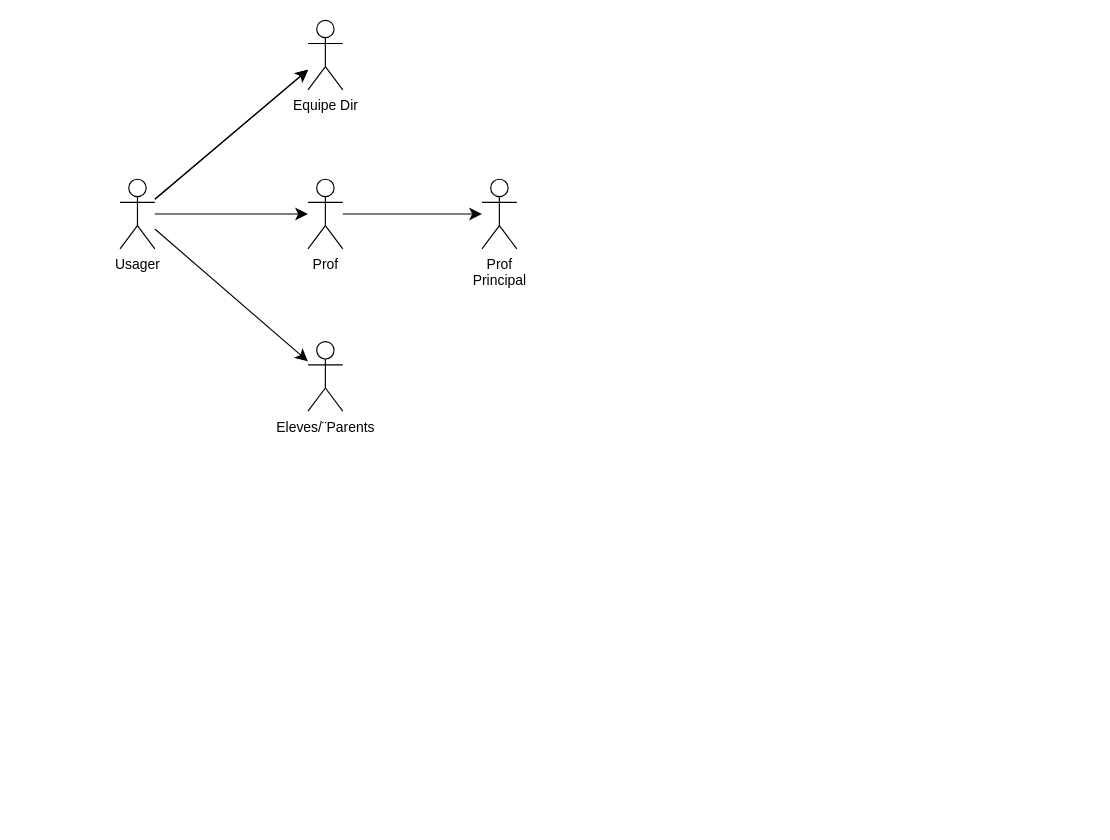
Earlier version of the draw.io diagram Les Sardines/Diagramme sans nom.drawio (NLetenneur/UML-Introduction). Source tidied: cells renumbered, new cells numbered last; positions are measured from the earlier drawing's top-left corner, leaving out a move shared by most shapes. Both pictures are drawn from the tidied source at 116%, with x=0, y=0 at pixel (119, 20).
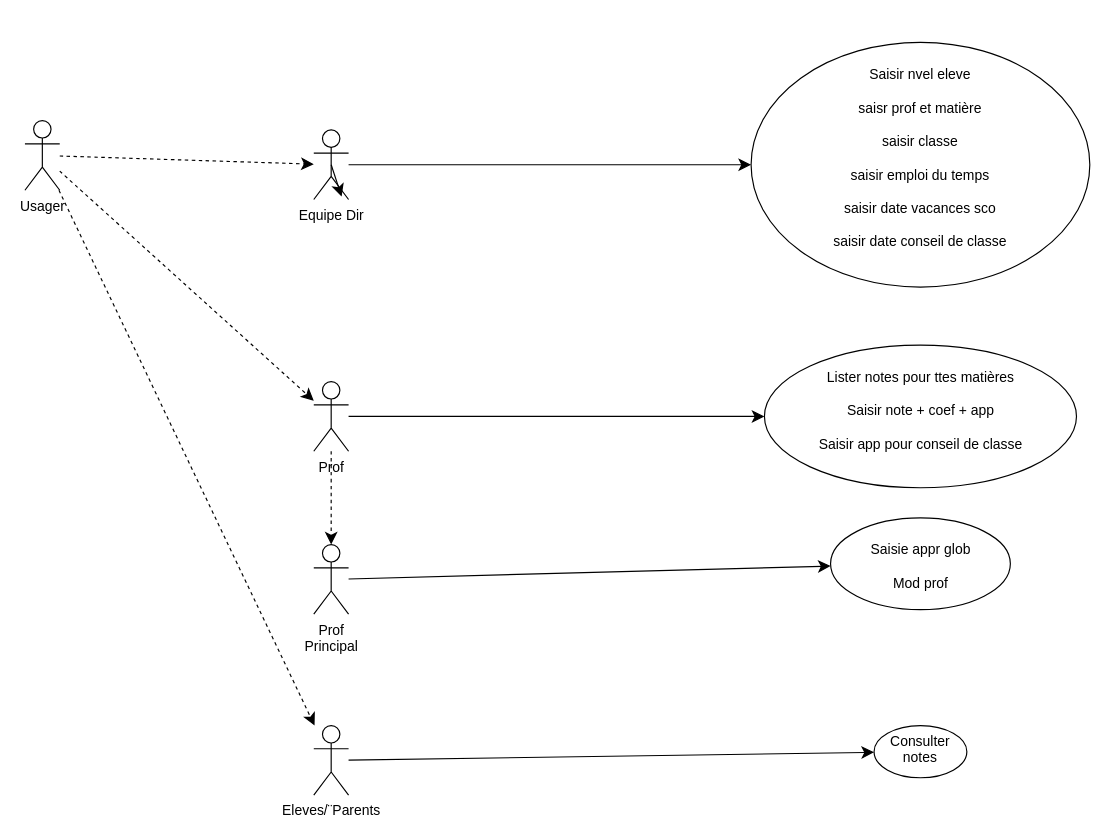
The same page after the edit.

Change to the diagram source:
```diff
@@
 <mxGraphModel>
   <root>
     <mxCell id="0" />
     <mxCell id="1" parent="0" />
-    <mxCell id="2" style="edgeStyle=none;curved=1;rounded=0;jettySize=auto;html=1;fontSize=12;" parent="1" edge="1" source="6" target="7">
-      <mxGeometry relative="1" as="geometry" />
-    </mxCell>
-    <mxCell id="3" style="edgeStyle=none;curved=1;rounded=0;jettySize=auto;html=1;fontSize=12;startSize=8;endSize=8;" parent="1" edge="1" source="6" target="7">
-      <mxGeometry relative="1" as="geometry" />
-    </mxCell>
-    <mxCell id="4" style="edgeStyle=none;curved=1;rounded=0;jettySize=auto;html=1;fontSize=12;startSize=8;endSize=8;" parent="1" edge="1" source="6" target="9">
+    <mxCell id="4" style="edgeStyle=none;curved=1;rounded=0;jettySize=auto;html=1;fontSize=12;startSize=8;endSize=8;dashed=1;" parent="1" edge="1" source="6" target="9">
       <mxGeometry relative="1" as="geometry" />
     </mxCell>
-    <mxCell id="5" style="edgeStyle=none;curved=1;rounded=0;jettySize=auto;html=1;fontSize=12;startSize=8;endSize=8;" parent="1" edge="1" source="6" target="10">
+    <mxCell id="5" style="edgeStyle=none;curved=1;rounded=0;jettySize=auto;html=1;fontSize=12;startSize=8;endSize=8;dashed=1;" parent="1" edge="1" source="6" target="10">
       <mxGeometry relative="1" as="geometry" />
     </mxCell>
+    <mxCell id="12" style="edgeStyle=none;curved=1;rounded=0;jettySize=auto;html=1;fontSize=12;startSize=8;endSize=8;dashed=1;" parent="1" edge="1" source="6" target="7">
+      <mxGeometry relative="1" as="geometry" />
+    </mxCell>
     <mxCell id="6" value="&lt;div&gt;Usager&lt;/div&gt;" style="shape=umlActor;verticalLabelPosition=bottom;verticalAlign=top;html=1;" parent="1" vertex="1">
-      <mxGeometry y="137" width="30" height="60" as="geometry" />
+      <mxGeometry x="-82" y="86.5" width="30" height="60" as="geometry" />
     </mxCell>
+    <mxCell id="13" style="edgeStyle=none;curved=1;rounded=0;jettySize=auto;html=1;fontSize=12;startSize=8;endSize=8;" parent="1" edge="1" source="7" target="20">
+      <mxGeometry relative="1" as="geometry" />
+    </mxCell>
     <mxCell id="7" value="Equipe Dir" style="shape=umlActor;verticalLabelPosition=bottom;verticalAlign=top;html=1;" parent="1" vertex="1">
-      <mxGeometry x="162" width="30" height="60" as="geometry" />
+      <mxGeometry x="167" y="94.5" width="30" height="60" as="geometry" />
     </mxCell>
-    <mxCell id="8" style="edgeStyle=none;curved=1;rounded=0;jettySize=auto;html=1;fontSize=12;startSize=8;endSize=8;" parent="1" edge="1" source="9" target="11">
+    <mxCell id="8" style="edgeStyle=none;curved=1;rounded=0;jettySize=auto;html=1;fontSize=12;startSize=8;endSize=8;dashed=1;" parent="1" edge="1" source="9" target="11">
       <mxGeometry relative="1" as="geometry" />
     </mxCell>
+    <mxCell id="14" style="edgeStyle=none;curved=1;rounded=0;jettySize=auto;html=1;fontSize=12;startSize=8;endSize=8;" parent="1" edge="1" source="9" target="19">
+      <mxGeometry relative="1" as="geometry" />
+    </mxCell>
     <mxCell id="9" value="&lt;div&gt;Prof&lt;/div&gt;" style="shape=umlActor;verticalLabelPosition=bottom;verticalAlign=top;html=1;" parent="1" vertex="1">
-      <mxGeometry x="162" y="137" width="30" height="60" as="geometry" />
+      <mxGeometry x="167" y="311.5" width="30" height="60" as="geometry" />
     </mxCell>
+    <mxCell id="15" style="edgeStyle=none;curved=1;rounded=0;jettySize=auto;html=1;fontSize=12;startSize=8;endSize=8;" parent="1" edge="1" source="10" target="17">
+      <mxGeometry relative="1" as="geometry" />
+    </mxCell>
     <mxCell id="10" value="&lt;div&gt;Eleves/¨Parents&lt;/div&gt;" style="shape=umlActor;verticalLabelPosition=bottom;verticalAlign=top;html=1;" parent="1" vertex="1">
-      <mxGeometry x="162" y="277" width="30" height="60" as="geometry" />
+      <mxGeometry x="167" y="608" width="30" height="60" as="geometry" />
     </mxCell>
+    <mxCell id="16" style="edgeStyle=none;curved=1;rounded=0;jettySize=auto;html=1;fontSize=12;startSize=8;endSize=8;" parent="1" edge="1" source="11" target="18">
+      <mxGeometry relative="1" as="geometry" />
+    </mxCell>
     <mxCell id="11" value="&lt;div&gt;Prof&lt;/div&gt;&lt;div&gt;Principal&lt;br&gt;&lt;/div&gt;" style="shape=umlActor;verticalLabelPosition=bottom;verticalAlign=top;html=1;" parent="1" vertex="1">
-      <mxGeometry x="312" y="137" width="30" height="60" as="geometry" />
+      <mxGeometry x="167" y="452" width="30" height="60" as="geometry" />
     </mxCell>
+    <mxCell id="17" value="&lt;div&gt;Consulter&lt;/div&gt;&lt;div&gt;notes&lt;br&gt;&lt;/div&gt;" style="ellipse;whiteSpace=wrap;html=1;verticalAlign=top;" parent="1" vertex="1">
+      <mxGeometry x="650" y="608" width="80" height="45" as="geometry" />
+    </mxCell>
+    <mxCell id="18" value="&lt;div&gt;&lt;br&gt;&lt;/div&gt;&lt;div&gt;Saisie appr glob&lt;/div&gt;&lt;div&gt;&lt;br&gt;&lt;/div&gt;&lt;div&gt;Mod prof&lt;br&gt;&lt;/div&gt;" style="ellipse;whiteSpace=wrap;html=1;verticalAlign=top;" parent="1" vertex="1">
+      <mxGeometry x="612.5" y="429" width="155" height="79" as="geometry" />
+    </mxCell>
+    <mxCell id="19" value="&lt;div&gt;&lt;br&gt;&lt;/div&gt;&lt;div&gt;Lister notes pour ttes matières&lt;/div&gt;&lt;div&gt;&lt;br&gt;&lt;/div&gt;&lt;div&gt;Saisir note + coef + app&lt;/div&gt;&lt;div&gt;&lt;br&gt;&lt;/div&gt;&lt;div&gt;Saisir app pour conseil de classe&lt;br&gt;&lt;/div&gt;" style="ellipse;whiteSpace=wrap;html=1;verticalAlign=top;" parent="1" vertex="1">
+      <mxGeometry x="555.5" y="280" width="269" height="123" as="geometry" />
+    </mxCell>
+    <mxCell id="20" value="&lt;div&gt;&lt;br&gt;&lt;/div&gt;&lt;div&gt;Saisir nvel eleve&lt;/div&gt;&lt;div&gt;&lt;br&gt;&lt;/div&gt;&lt;div&gt;saisr prof et matière&lt;/div&gt;&lt;div&gt;&lt;br&gt;&lt;/div&gt;&lt;div&gt;saisir classe&lt;/div&gt;&lt;div&gt;&lt;br&gt;&lt;/div&gt;&lt;div&gt;saisir emploi du temps&lt;/div&gt;&lt;div&gt;&lt;br&gt;&lt;/div&gt;&lt;div&gt;saisir date vacances sco&lt;/div&gt;&lt;div&gt;&lt;br&gt;&lt;/div&gt;&lt;div&gt;saisir date conseil de classe&lt;br&gt;&lt;/div&gt;" style="ellipse;whiteSpace=wrap;html=1;verticalAlign=top;" parent="1" vertex="1">
+      <mxGeometry x="544" y="19" width="292" height="211" as="geometry" />
+    </mxCell>
+    <mxCell id="21" style="edgeStyle=none;curved=1;rounded=0;orthogonalLoop=1;jettySize=auto;html=1;exitX=0.5;exitY=0.5;exitDx=0;exitDy=0;exitPerimeter=0;entryX=0.8;entryY=0.958;entryDx=0;entryDy=0;entryPerimeter=0;fontSize=12;startSize=8;endSize=8;" parent="1" edge="1" source="7" target="7">
+      <mxGeometry relative="1" as="geometry" />
+    </mxCell>
   </root>
 </mxGraphModel>
```
